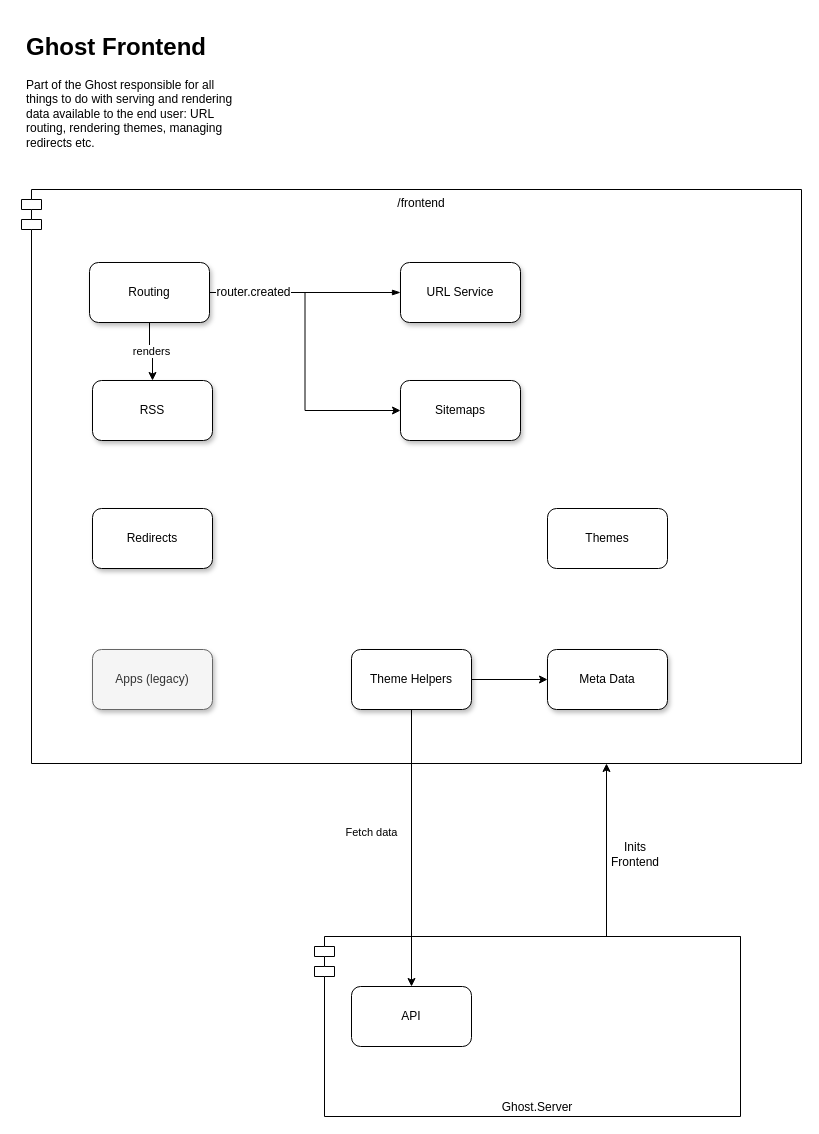
This is page "Frontend" (6 of 12) of ghost.drawio from TryGhost/architecture-diagrams, a draw.io file, before an edit. Source tidied: cells renumbered, new cells numbered last; positions are measured from the earlier drawing's top-left corner, leaving out a move shared by most shapes. Both pictures are drawn from the tidied source at 100%, with x=0, y=0 at pixel (21, 27).
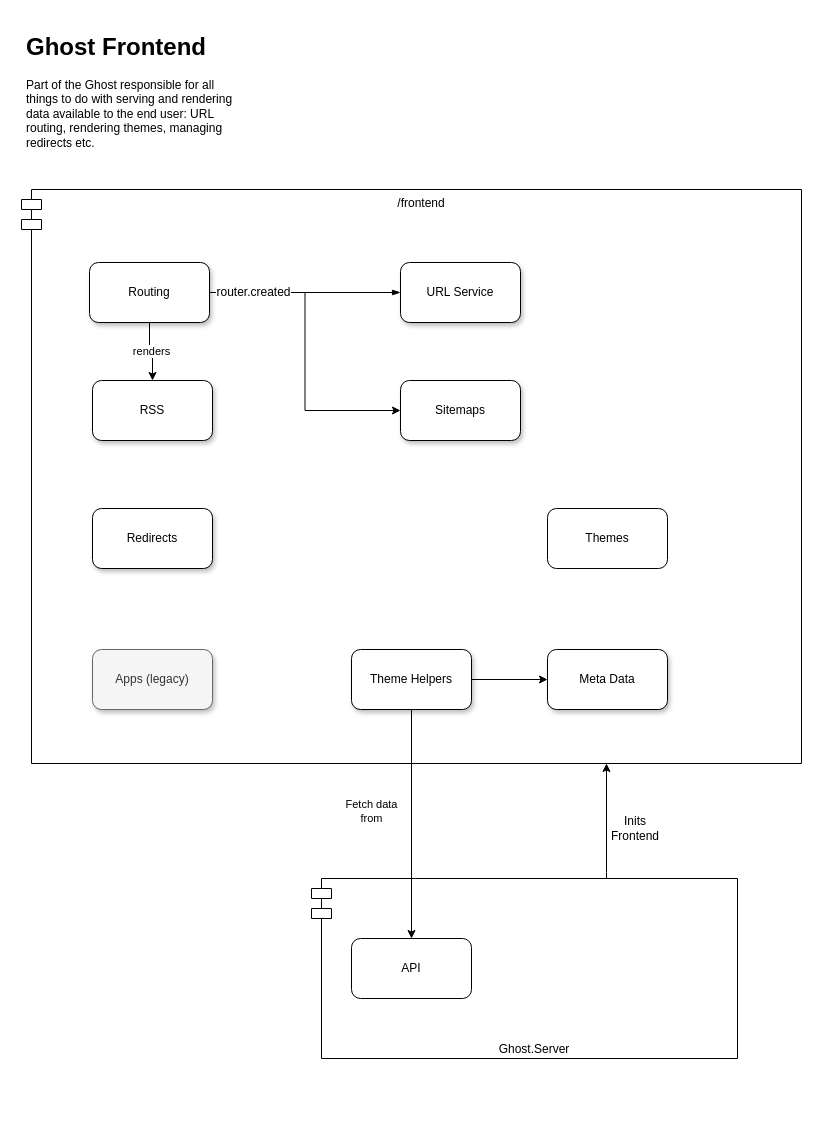
Above is the later version.

Unchanged cells that the change refers to:
```xml
<mxCell id="2" value="/frontend" style="shape=module;align=left;spacingLeft=20;align=center;verticalAlign=top;" parent="1" vertex="1">
  <mxGeometry y="162" width="780" height="574" as="geometry" />
</mxCell>
<mxCell id="22" style="edgeStyle=orthogonalEdgeStyle;rounded=0;jettySize=auto;html=1;exitX=0.5;exitY=1;exitDx=0;exitDy=0;" parent="1" edge="1" source="5" target="21">
  <mxGeometry relative="1" as="geometry" />
</mxCell>
```

What changed in the source:
```diff
@@
     <mxCell id="17" value="Ghost.Server" style="shape=module;align=right;spacingLeft=20;align=center;verticalAlign=bottom;" parent="1" vertex="1">
-      <mxGeometry x="293" y="909" width="426" height="180" as="geometry" />
+      <mxGeometry x="290" y="851" width="426" height="180" as="geometry" />
     </mxCell>
     <mxCell id="18" style="group;" parent="1" vertex="1">
-      <mxGeometry x="582" y="817" width="64" height="20" as="geometry" />
+      <mxGeometry x="582" y="791" width="64" height="20" as="geometry" />
     </mxCell>
-    <mxCell id="19" style="edgeStyle=orthogonalEdgeStyle;rounded=0;jettySize=auto;html=1;startSize=6;endSize=6;entryX=0.75;entryY=1;entryDx=0;entryDy=0;exitX=1;exitY=0;exitDx=0;exitDy=0;" parent="18" edge="1" source="17" target="2">
+    <mxCell id="19" style="edgeStyle=orthogonalEdgeStyle;rounded=0;jettySize=auto;html=1;startSize=6;endSize=6;entryX=0.75;entryY=1;entryDx=0;entryDy=0;" parent="18" edge="1" target="2">
       <mxGeometry relative="1" as="geometry">
+        <mxPoint x="3" y="60" as="sourcePoint" />
         <Array as="points">
-          <mxPoint x="3" y="92" />
+          <mxPoint x="3" y="54" />
+          <mxPoint x="3" y="54" />
         </Array>
       </mxGeometry>
     </mxCell>
@@
     <mxCell id="21" value="API" style="rounded=1;whiteSpace=wrap;html=1;align=center;" parent="1" vertex="1">
-      <mxGeometry x="330" y="959" width="120" height="60" as="geometry" />
+      <mxGeometry x="330" y="911" width="120" height="60" as="geometry" />
     </mxCell>
@@
-    <mxCell id="23" value="Fetch data" style="edgeLabel;html=1;align=center;verticalAlign=middle;" parent="22" vertex="1">
+    <mxCell id="23" value="Fetch data&lt;br&gt;from" style="edgeLabel;html=1;align=center;verticalAlign=middle;" parent="22" vertex="1">
       <mxGeometry x="-0.11" y="-2" relative="1" as="geometry">
         <mxPoint x="-39" y="-1" as="offset" />
       </mxGeometry>
     </mxCell>
```
